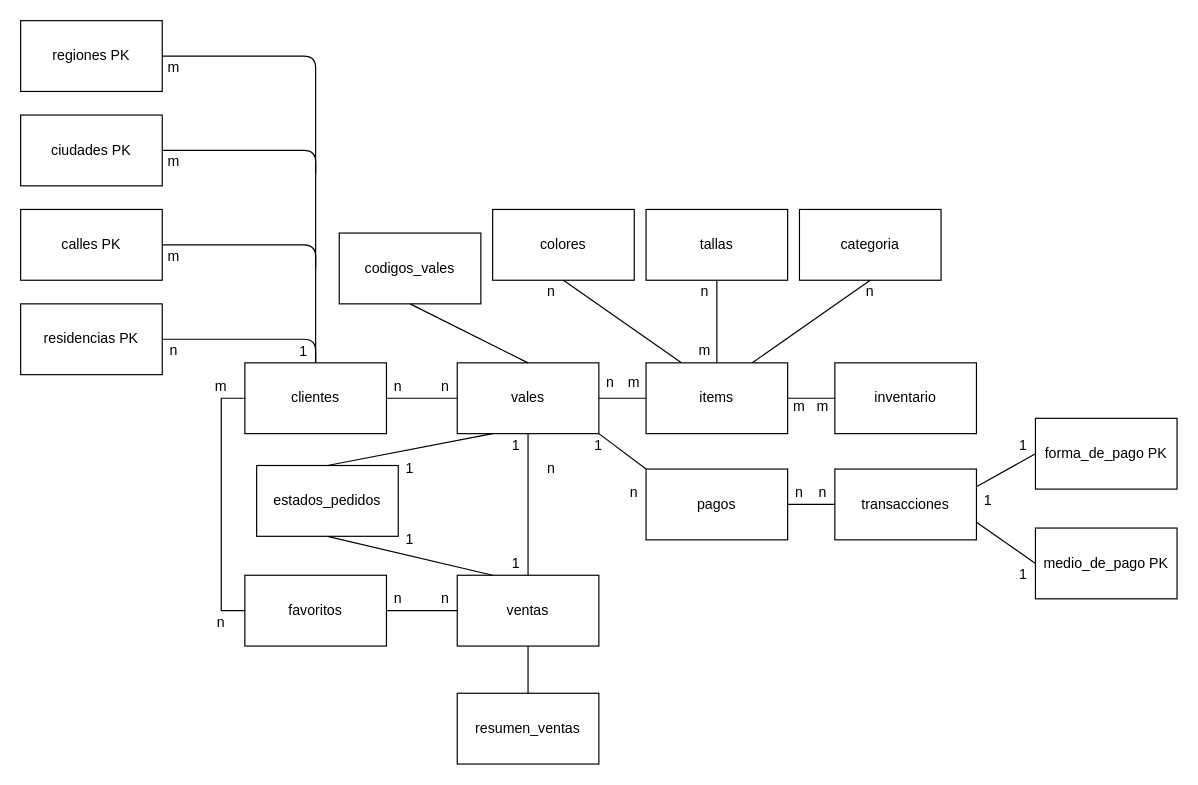
Earlier version of the draw.io diagram diagramas/nieve_cordillera.drawio (carpenaloza/basic_repo). Source tidied: cells renumbered, new cells numbered last; positions are measured from the earlier drawing's top-left corner, leaving out a move shared by most shapes. Both pictures are drawn from the tidied source at 118%, with x=0, y=0 at pixel (20, 20).
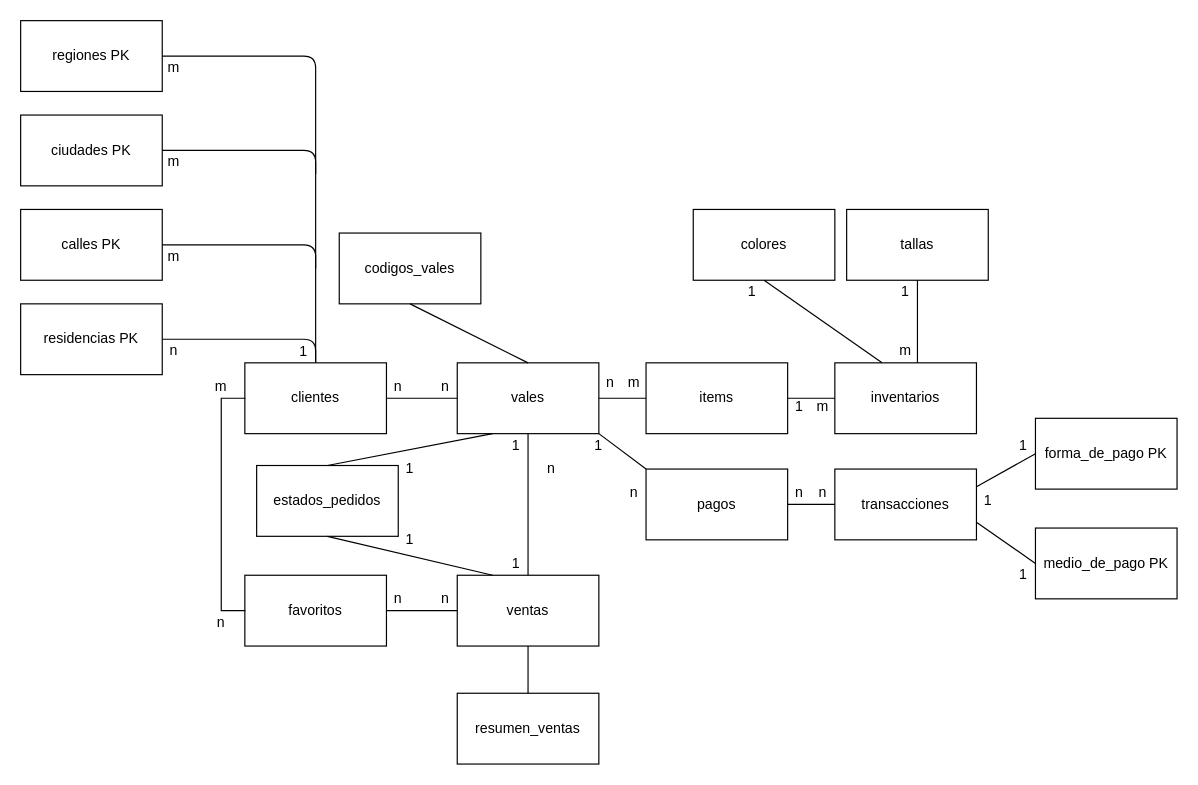
The same diagram, later.

Unchanged cells that the change refers to:
```xml
<mxCell id="3" value="items" style="rounded=0;whiteSpace=wrap;html=1;" parent="1" vertex="1">
  <mxGeometry x="530" y="290" width="120" height="60" as="geometry" />
</mxCell>
```

Diff of the diagram source:
```diff
@@
     <mxCell id="7" value="colores" style="rounded=0;whiteSpace=wrap;html=1;" parent="1" vertex="1">
-      <mxGeometry x="400" y="160" width="120" height="60" as="geometry" />
+      <mxGeometry x="570" y="160" width="120" height="60" as="geometry" />
     </mxCell>
     <mxCell id="8" value="tallas" style="rounded=0;whiteSpace=wrap;html=1;" parent="1" vertex="1">
-      <mxGeometry x="530" y="160" width="120" height="60" as="geometry" />
+      <mxGeometry x="700" y="160" width="120" height="60" as="geometry" />
     </mxCell>
@@
-    <mxCell id="11" value="inventario" style="rounded=0;whiteSpace=wrap;html=1;" parent="1" vertex="1">
+    <mxCell id="11" value="inventarios" style="rounded=0;whiteSpace=wrap;html=1;" parent="1" vertex="1">
       <mxGeometry x="690" y="290" width="120" height="60" as="geometry" />
     </mxCell>
@@
-    <mxCell id="18" style="endArrow=none;html=1;entryX=0.5;entryY=1;entryDx=0;entryDy=0;exitX=0.25;exitY=0;exitDx=0;exitDy=0;" parent="1" edge="1" source="3" target="7">
-      <mxGeometry relative="1" as="geometry" />
+    <mxCell id="18" style="endArrow=none;html=1;entryX=0.5;entryY=1;entryDx=0;entryDy=0;exitX=0.25;exitY=0;exitDx=0;exitDy=0;" parent="1" edge="1" target="7">
+      <mxGeometry relative="1" as="geometry">
+        <mxPoint x="730" y="290" as="sourcePoint" />
+      </mxGeometry>
     </mxCell>
-    <mxCell id="19" style="endArrow=none;html=1;entryX=0.5;entryY=1;entryDx=0;entryDy=0;exitX=0.5;exitY=0;exitDx=0;exitDy=0;" parent="1" edge="1" source="3" target="8">
-      <mxGeometry relative="1" as="geometry" />
+    <mxCell id="19" style="endArrow=none;html=1;entryX=0.5;entryY=1;entryDx=0;entryDy=0;exitX=0.5;exitY=0;exitDx=0;exitDy=0;" parent="1" edge="1" target="8">
+      <mxGeometry relative="1" as="geometry">
+        <mxPoint x="760" y="290" as="sourcePoint" />
+      </mxGeometry>
     </mxCell>
-    <mxCell id="20" value="categoria" style="rounded=0;whiteSpace=wrap;html=1;" parent="1" vertex="1">
-      <mxGeometry x="660" y="160" width="120" height="60" as="geometry" />
-    </mxCell>
-    <mxCell id="21" style="endArrow=none;html=1;entryX=0.5;entryY=1;entryDx=0;entryDy=0;exitX=0.75;exitY=0;exitDx=0;exitDy=0;" parent="1" edge="1" source="3" target="20">
-      <mxGeometry relative="1" as="geometry" />
-    </mxCell>
     <mxCell id="22" value="m" style="text;html=1;strokeColor=none;fillColor=none;align=center;verticalAlign=middle;whiteSpace=wrap;rounded=0;" parent="1" vertex="1">
-      <mxGeometry x="560" y="270" width="40" height="20" as="geometry" />
+      <mxGeometry x="730" y="270" width="40" height="20" as="geometry" />
     </mxCell>
-    <mxCell id="23" value="n" style="text;html=1;strokeColor=none;fillColor=none;align=center;verticalAlign=middle;whiteSpace=wrap;rounded=0;" parent="1" vertex="1">
-      <mxGeometry x="430" y="220" width="40" height="20" as="geometry" />
+    <mxCell id="23" value="1" style="text;html=1;strokeColor=none;fillColor=none;align=center;verticalAlign=middle;whiteSpace=wrap;rounded=0;" parent="1" vertex="1">
+      <mxGeometry x="600" y="220" width="40" height="20" as="geometry" />
     </mxCell>
-    <mxCell id="24" value="n" style="text;html=1;strokeColor=none;fillColor=none;align=center;verticalAlign=middle;whiteSpace=wrap;rounded=0;" parent="1" vertex="1">
-      <mxGeometry x="560" y="220" width="40" height="20" as="geometry" />
+    <mxCell id="24" value="1" style="text;html=1;strokeColor=none;fillColor=none;align=center;verticalAlign=middle;whiteSpace=wrap;rounded=0;" parent="1" vertex="1">
+      <mxGeometry x="730" y="220" width="40" height="20" as="geometry" />
     </mxCell>
-    <mxCell id="25" value="n" style="text;html=1;strokeColor=none;fillColor=none;align=center;verticalAlign=middle;whiteSpace=wrap;rounded=0;" parent="1" vertex="1">
-      <mxGeometry x="700" y="220" width="40" height="20" as="geometry" />
-    </mxCell>
-    <mxCell id="26" value="m" style="text;html=1;strokeColor=none;fillColor=none;align=center;verticalAlign=middle;whiteSpace=wrap;rounded=0;" parent="1" vertex="1">
+    <mxCell id="26" value="1" style="text;html=1;strokeColor=none;fillColor=none;align=center;verticalAlign=middle;whiteSpace=wrap;rounded=0;" parent="1" vertex="1">
       <mxGeometry x="640" y="317" width="40" height="20" as="geometry" />
     </mxCell>
```
